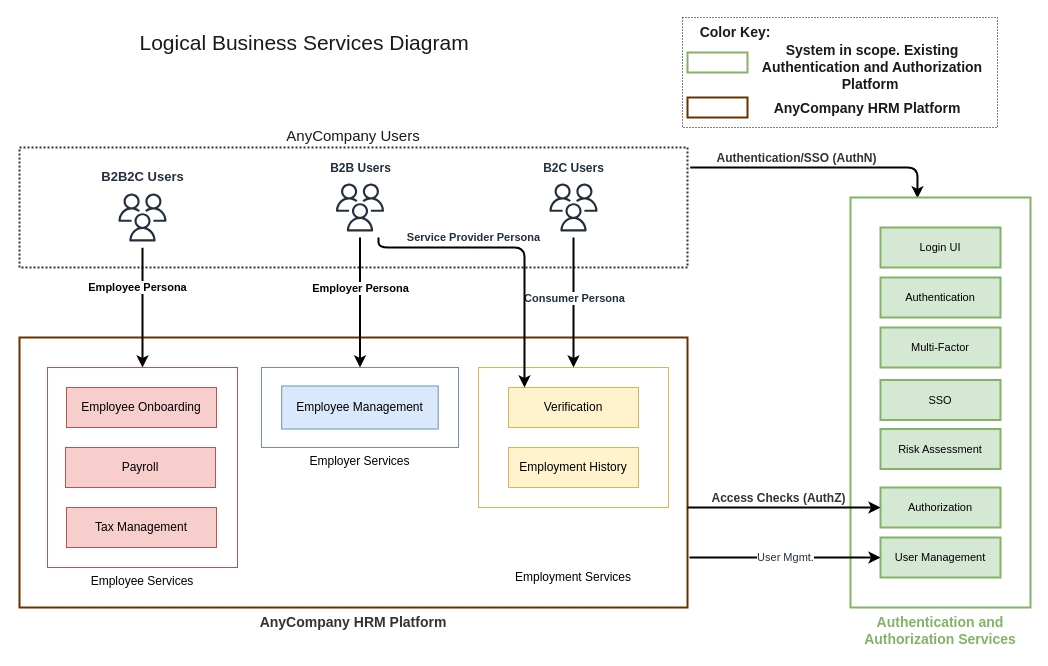
The draw.io diagram terraform/Logical-Context.drawio in radev-66/gcp-poc, before the edit. Source tidied: cells renumbered, new cells numbered last; positions are measured from the earlier drawing's top-left corner, leaving out a move shared by most shapes. Both pictures are drawn from the tidied source at 100%, with x=0, y=0 at pixel (17, 17).
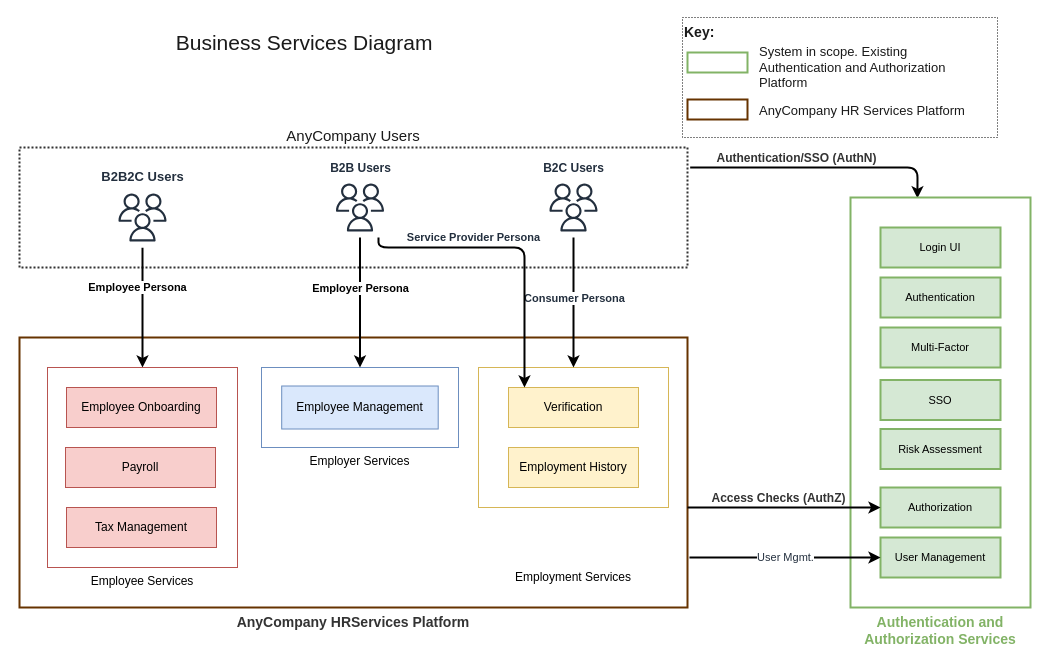
The same diagram, later.

What changed in the source:
```diff
@@
-    <mxCell id="7" value="AnyCompany HRM Platform" style="rounded=0;whiteSpace=wrap;html=1;fillColor=#FFFFFF;fontColor=#333333;strokeColor=#663300;strokeWidth=2;labelPosition=center;verticalLabelPosition=bottom;align=center;verticalAlign=top;fontStyle=1;fontSize=14;" parent="1" vertex="1">
+    <mxCell id="7" value="AnyCompany HRServices Platform" style="rounded=0;whiteSpace=wrap;html=1;fillColor=#FFFFFF;fontColor=#333333;strokeColor=#663300;strokeWidth=2;labelPosition=center;verticalLabelPosition=bottom;align=center;verticalAlign=top;fontStyle=1;fontSize=14;" parent="1" vertex="1">
       <mxGeometry x="2" y="320" width="668" height="270" as="geometry" />
     </mxCell>
@@
     <mxCell id="35" style="rounded=0;whiteSpace=wrap;html=1;fontSize=14;fontColor=#FF3333;dashed=1;dashPattern=1 2;" parent="1" vertex="1">
-      <mxGeometry x="665" width="315" height="110" as="geometry" />
+      <mxGeometry x="665" width="315" height="120" as="geometry" />
     </mxCell>
-    <mxCell id="36" value="&lt;font color=&quot;#1a1a1a&quot;&gt;Color Key:&amp;nbsp;&lt;/font&gt;" style="text;html=1;strokeColor=none;fillColor=none;align=center;verticalAlign=middle;whiteSpace=wrap;rounded=0;fontSize=14;fontColor=#FF3333;fontStyle=1;" parent="1" vertex="1">
+    <mxCell id="36" value="&lt;font color=&quot;#1a1a1a&quot;&gt;Key:&amp;nbsp;&lt;/font&gt;" style="text;html=1;strokeColor=none;fillColor=none;align=left;verticalAlign=middle;whiteSpace=wrap;rounded=0;fontSize=14;fontColor=#FF3333;fontStyle=1;" parent="1" vertex="1">
       <mxGeometry x="665" width="110" height="30" as="geometry" />
     </mxCell>
-    <mxCell id="37" value="&lt;font style=&quot;font-size: 21px&quot;&gt;Logical Business Services Diagram&amp;nbsp;&lt;/font&gt;" style="text;html=1;strokeColor=none;fillColor=none;align=center;verticalAlign=middle;whiteSpace=wrap;rounded=0;dashed=1;dashPattern=1 2;fontSize=14;fontColor=#1A1A1A;" parent="1" vertex="1">
+    <mxCell id="37" value="&lt;font style=&quot;font-size: 21px&quot;&gt;Business Services Diagram&amp;nbsp;&lt;/font&gt;" style="text;html=1;strokeColor=none;fillColor=none;align=center;verticalAlign=middle;whiteSpace=wrap;rounded=0;dashed=1;dashPattern=1 2;fontSize=14;fontColor=#1A1A1A;" parent="1" vertex="1">
       <mxGeometry y="10" width="580" height="30" as="geometry" />
     </mxCell>
@@
-    <mxCell id="39" value="&lt;font color=&quot;#1a1a1a&quot;&gt;System in scope. Existing Authentication and Authorization Platform&amp;nbsp;&lt;/font&gt;" style="text;html=1;strokeColor=none;fillColor=none;align=center;verticalAlign=middle;whiteSpace=wrap;rounded=0;fontSize=14;fontColor=#FF3333;fontStyle=1;" parent="1" vertex="1">
+    <mxCell id="39" value="&lt;font color=&quot;#1a1a1a&quot; style=&quot;font-size: 13px;&quot;&gt;System in scope. Existing Authentication and Authorization Platform&amp;nbsp;&lt;/font&gt;" style="text;html=1;strokeColor=none;fillColor=none;align=left;verticalAlign=middle;whiteSpace=wrap;rounded=0;fontSize=13;fontColor=#FF3333;fontStyle=0;" parent="1" vertex="1">
       <mxGeometry x="740" y="30" width="230" height="40" as="geometry" />
     </mxCell>
     <mxCell id="40" style="rounded=0;whiteSpace=wrap;html=1;fontSize=14;fontColor=#333333;verticalAlign=top;fillColor=#FFFFFF;strokeColor=#663300;strokeWidth=2;fontStyle=1;" parent="1" vertex="1">
-      <mxGeometry x="670" y="80" width="60" height="20" as="geometry" />
+      <mxGeometry x="670" y="82" width="60" height="20" as="geometry" />
     </mxCell>
-    <mxCell id="41" value="&lt;font color=&quot;#1a1a1a&quot;&gt;AnyCompany HRM Platform&lt;/font&gt;" style="text;html=1;strokeColor=none;fillColor=none;align=center;verticalAlign=middle;whiteSpace=wrap;rounded=0;fontSize=14;fontColor=#FF3333;fontStyle=1;" parent="1" vertex="1">
-      <mxGeometry x="750" y="81" width="200" height="19" as="geometry" />
+    <mxCell id="41" value="&lt;font color=&quot;#1a1a1a&quot; style=&quot;font-size: 13px;&quot;&gt;AnyCompany HR Services Platform&lt;/font&gt;" style="text;html=1;strokeColor=none;fillColor=none;align=left;verticalAlign=middle;whiteSpace=wrap;rounded=0;fontSize=13;fontColor=#FF3333;fontStyle=0;" parent="1" vertex="1">
+      <mxGeometry x="740" y="83" width="220" height="19" as="geometry" />
     </mxCell>
```
